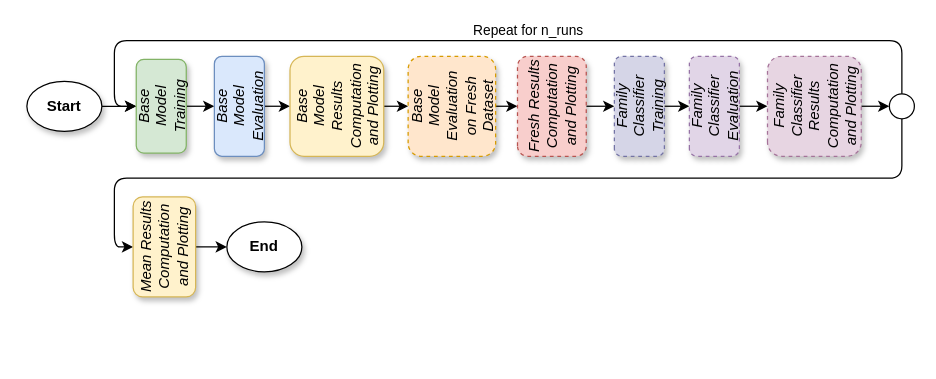
Above: page "workflow" (1 of 17) of Thesis/images/workflow.drawio in cmikke97/Thesis (draw.io), before the change. Source tidied: cells renumbered, new cells numbered last; positions are measured from the earlier drawing's top-left corner, leaving out a move shared by most shapes. Both pictures are drawn from the tidied source at 125%, with x=0, y=0 at pixel (26, 40).
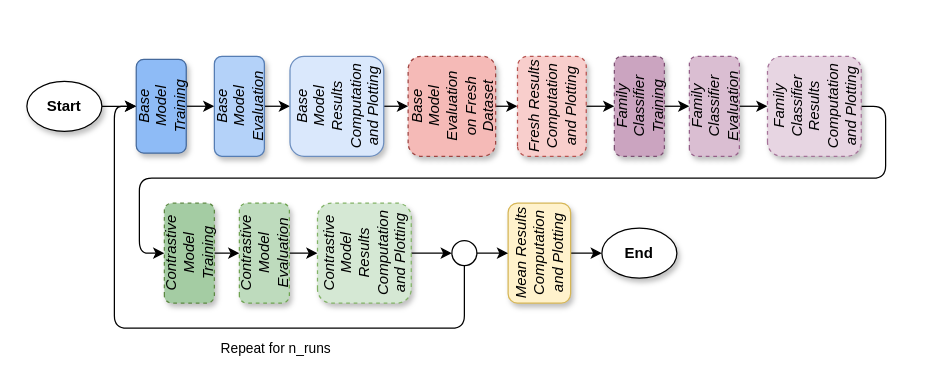
After the change.

Unchanged cells that the change refers to:
```xml
<mxCell id="26" value="Family&lt;br&gt;Classifier&lt;br&gt;Results&lt;br&gt;Computation&lt;br&gt;and Plotting" style="rounded=1;whiteSpace=wrap;html=1;shadow=1;sketch=0;fontStyle=2;fillColor=#e7d5e2;strokeColor=#a57399;dashed=1;rotation=-90;" parent="1" vertex="1">
  <mxGeometry x="590" y="15" width="80" height="75" as="geometry" />
</mxCell>
```

Change to the diagram source:
```diff
@@
-    <mxCell id="4" style="edgeStyle=orthogonalEdgeStyle;rounded=1;jettySize=auto;html=1;exitX=0.5;exitY=1;exitDx=0;exitDy=0;entryX=0.5;entryY=0;entryDx=0;entryDy=0;" parent="1" edge="1" source="5" target="20">
-      <mxGeometry relative="1" as="geometry">
-        <Array as="points">
-          <mxPoint x="700" y="110" />
-          <mxPoint x="70" y="110" />
-          <mxPoint x="70" y="165" />
-        </Array>
-      </mxGeometry>
-    </mxCell>
-    <mxCell id="5" style="ellipse;whiteSpace=wrap;html=1;labelPosition=right;verticalLabelPosition=middle;align=left;verticalAlign=middle;" parent="1" vertex="1">
-      <mxGeometry x="690" y="42.5" width="20" height="20" as="geometry" />
-    </mxCell>
-    <mxCell id="6" style="endArrow=classic;html=1;rounded=1;edgeStyle=orthogonalEdgeStyle;labelPosition=center;verticalLabelPosition=top;align=center;verticalAlign=bottom;entryX=0.5;entryY=0;entryDx=0;entryDy=0;exitX=0.5;exitY=0;exitDx=0;exitDy=0;" parent="1" edge="1" source="5" target="10">
-      <mxGeometry relative="1" as="geometry">
-        <Array as="points">
-          <mxPoint x="700" />
-          <mxPoint x="70" />
-          <mxPoint x="70" y="52" />
-        </Array>
-      </mxGeometry>
-    </mxCell>
-    <mxCell id="7" value="Repeat for n_runs" style="edgeLabel;html=1;align=center;verticalAlign=bottom;labelBackgroundColor=none;labelPosition=center;verticalLabelPosition=top;" parent="6" vertex="1">
-      <mxGeometry x="-0.08" y="1" relative="1" as="geometry">
-        <mxPoint y="-1" as="offset" />
-      </mxGeometry>
-    </mxCell>
     <mxCell id="8" value="End" style="ellipse;whiteSpace=wrap;html=1;shadow=1;fontStyle=1;" parent="1" vertex="1">
-      <mxGeometry x="160" y="145" width="60" height="40" as="geometry" />
+      <mxGeometry x="460" y="150" width="60" height="40" as="geometry" />
     </mxCell>
@@
-    <mxCell id="10" value="Base&lt;br&gt;Model&lt;br&gt;Training" style="rounded=1;whiteSpace=wrap;html=1;shadow=1;sketch=0;fillColor=#d5e8d4;strokeColor=#82b366;fontStyle=2;rotation=-90;" parent="1" vertex="1">
+    <mxCell id="10" value="Base&lt;br&gt;Model&lt;br&gt;Training" style="rounded=1;whiteSpace=wrap;html=1;shadow=1;sketch=0;fontStyle=2;rotation=-90;fillColor=#8EBBF6;strokeColor=#44699C;" parent="1" vertex="1">
       <mxGeometry x="70" y="32.5" width="75" height="40" as="geometry" />
     </mxCell>
@@
-    <mxCell id="12" value="Base&lt;br&gt;Model&lt;br&gt;Evaluation" style="rounded=1;whiteSpace=wrap;html=1;shadow=1;sketch=0;fillColor=#dae8fc;strokeColor=#6c8ebf;fontStyle=2;rotation=-90;" parent="1" vertex="1">
+    <mxCell id="12" value="Base&lt;br&gt;Model&lt;br&gt;Evaluation" style="rounded=1;whiteSpace=wrap;html=1;shadow=1;sketch=0;fontStyle=2;rotation=-90;fillColor=#B4D2F9;strokeColor=#557DB4;" parent="1" vertex="1">
       <mxGeometry x="130" y="32.5" width="80" height="40" as="geometry" />
     </mxCell>
@@
-    <mxCell id="14" value="Base&lt;br&gt;Model&lt;br&gt;Results&lt;br&gt;Computation&lt;br&gt;and Plotting" style="rounded=1;whiteSpace=wrap;html=1;shadow=1;sketch=0;fillColor=#fff2cc;strokeColor=#d6b656;fontStyle=2;rotation=-90;" parent="1" vertex="1">
+    <mxCell id="14" value="Base&lt;br&gt;Model&lt;br&gt;Results&lt;br&gt;Computation&lt;br&gt;and Plotting" style="rounded=1;whiteSpace=wrap;html=1;shadow=1;sketch=0;fontStyle=2;rotation=-90;strokeColor=#6C8EBF;fillColor=#DAE8FC;" parent="1" vertex="1">
       <mxGeometry x="208" y="15" width="80" height="75" as="geometry" />
     </mxCell>
@@
-    <mxCell id="16" value="Base&lt;br&gt;Model&lt;br&gt;Evaluation&lt;br&gt;on Fresh&lt;br&gt;Dataset" style="rounded=1;whiteSpace=wrap;html=1;shadow=1;sketch=0;fillColor=#ffe6cc;strokeColor=#d79b00;fontStyle=2;dashed=1;rotation=-90;" parent="1" vertex="1">
+    <mxCell id="16" value="Base&lt;br&gt;Model&lt;br&gt;Evaluation&lt;br&gt;on Fresh&lt;br&gt;Dataset" style="rounded=1;whiteSpace=wrap;html=1;shadow=1;sketch=0;fontStyle=2;dashed=1;rotation=-90;fillColor=#F5BAB7;strokeColor=#9F4441;" parent="1" vertex="1">
       <mxGeometry x="300" y="17.5" width="80" height="70" as="geometry" />
     </mxCell>
@@
     <mxCell id="20" value="Mean Results&lt;br&gt;Computation&lt;br&gt;and Plotting" style="rounded=1;whiteSpace=wrap;html=1;shadow=1;sketch=0;fillColor=#fff2cc;strokeColor=#d6b656;fontStyle=2;rotation=-90;" parent="1" vertex="1">
-      <mxGeometry x="70" y="140" width="80" height="50" as="geometry" />
+      <mxGeometry x="370" y="145" width="80" height="50" as="geometry" />
     </mxCell>
@@
-    <mxCell id="22" value="Family&lt;br&gt;Classifier&lt;br&gt;Training" style="rounded=1;whiteSpace=wrap;html=1;shadow=1;sketch=0;fontStyle=2;fillColor=#d5d5e7;strokeColor=#7373a5;dashed=1;rotation=-90;" parent="1" vertex="1">
+    <mxCell id="22" value="Family&lt;br&gt;Classifier&lt;br&gt;Training" style="rounded=1;whiteSpace=wrap;html=1;shadow=1;sketch=0;fontStyle=2;dashed=1;rotation=-90;fillColor=#CBA4C0;strokeColor=#7C5073;" parent="1" vertex="1">
       <mxGeometry x="450" y="32.5" width="80" height="40" as="geometry" />
     </mxCell>
@@
-    <mxCell id="24" value="Family&lt;br&gt;Classifier&lt;br&gt;Evaluation" style="rounded=1;whiteSpace=wrap;html=1;shadow=1;sketch=0;fillColor=#e1d5e7;strokeColor=#9673a6;fontStyle=2;dashed=1;rotation=-90;" parent="1" vertex="1">
+    <mxCell id="24" value="Family&lt;br&gt;Classifier&lt;br&gt;Evaluation" style="rounded=1;whiteSpace=wrap;html=1;shadow=1;sketch=0;fontStyle=2;dashed=1;rotation=-90;fillColor=#DABED2;strokeColor=#955F89;" parent="1" vertex="1">
       <mxGeometry x="510" y="32.5" width="80" height="40" as="geometry" />
     </mxCell>
-    <mxCell id="25" style="edgeStyle=orthogonalEdgeStyle;rounded=1;jettySize=auto;html=1;exitX=0.5;exitY=1;exitDx=0;exitDy=0;entryX=0;entryY=0.5;entryDx=0;entryDy=0;" parent="1" edge="1" source="26" target="5">
-      <mxGeometry relative="1" as="geometry" />
+    <mxCell id="25" style="edgeStyle=orthogonalEdgeStyle;rounded=1;jettySize=auto;html=1;exitX=0.5;exitY=1;exitDx=0;exitDy=0;entryX=0.5;entryY=0;entryDx=0;entryDy=0;" parent="1" edge="1" source="26" target="28">
+      <mxGeometry relative="1" as="geometry">
+        <Array as="points">
+          <mxPoint x="687" y="52" />
+          <mxPoint x="687" y="110" />
+          <mxPoint x="90" y="110" />
+          <mxPoint x="90" y="170" />
+        </Array>
+      </mxGeometry>
     </mxCell>
@@
+    <mxCell id="27" style="edgeStyle=orthogonalEdgeStyle;rounded=0;jettySize=auto;html=1;exitX=0.5;exitY=1;exitDx=0;exitDy=0;entryX=0.5;entryY=0;entryDx=0;entryDy=0;" parent="1" edge="1" source="28" target="30">
+      <mxGeometry relative="1" as="geometry" />
+    </mxCell>
+    <mxCell id="28" value="Contrastive&lt;br&gt;Model&lt;br&gt;Training" style="rounded=1;whiteSpace=wrap;html=1;shadow=1;sketch=0;fontStyle=2;dashed=1;rotation=-90;fillColor=#A4CCA3;strokeColor=#5D8943;" parent="1" vertex="1">
+      <mxGeometry x="90" y="150" width="80" height="40" as="geometry" />
+    </mxCell>
+    <mxCell id="29" style="edgeStyle=orthogonalEdgeStyle;rounded=0;jettySize=auto;html=1;exitX=0.5;exitY=1;exitDx=0;exitDy=0;entryX=0.5;entryY=0;entryDx=0;entryDy=0;" parent="1" edge="1" source="30" target="32">
+      <mxGeometry relative="1" as="geometry" />
+    </mxCell>
+    <mxCell id="30" value="Contrastive&lt;br&gt;Model&lt;br&gt;Evaluation" style="rounded=1;whiteSpace=wrap;html=1;shadow=1;sketch=0;fontStyle=2;dashed=1;rotation=-90;fillColor=#BEDBBD;strokeColor=#6FA451;" parent="1" vertex="1">
+      <mxGeometry x="150" y="150" width="80" height="40" as="geometry" />
+    </mxCell>
+    <mxCell id="31" style="edgeStyle=orthogonalEdgeStyle;rounded=0;jettySize=auto;html=1;exitX=0.5;exitY=1;exitDx=0;exitDy=0;entryX=0;entryY=0.5;entryDx=0;entryDy=0;" parent="1" edge="1" source="32" target="35">
+      <mxGeometry relative="1" as="geometry" />
+    </mxCell>
+    <mxCell id="32" value="Contrastive&lt;br&gt;Model&lt;br&gt;Results&lt;br&gt;Computation&lt;br&gt;and Plotting" style="rounded=1;whiteSpace=wrap;html=1;shadow=1;sketch=0;fontStyle=2;fillColor=#d5e8d4;strokeColor=#82b366;dashed=1;rotation=-90;" parent="1" vertex="1">
+      <mxGeometry x="230" y="132.5" width="80" height="75" as="geometry" />
+    </mxCell>
+    <mxCell id="33" style="edgeStyle=orthogonalEdgeStyle;rounded=0;jettySize=auto;html=1;exitX=1;exitY=0.5;exitDx=0;exitDy=0;entryX=0.5;entryY=0;entryDx=0;entryDy=0;" parent="1" edge="1" source="35" target="20">
+      <mxGeometry relative="1" as="geometry" />
+    </mxCell>
+    <mxCell id="34" style="edgeStyle=orthogonalEdgeStyle;rounded=1;jettySize=auto;html=1;exitX=0.5;exitY=1;exitDx=0;exitDy=0;entryX=0.5;entryY=0;entryDx=0;entryDy=0;" parent="1" edge="1" source="35" target="10">
+      <mxGeometry relative="1" as="geometry">
+        <Array as="points">
+          <mxPoint x="350" y="230" />
+          <mxPoint x="70" y="230" />
+          <mxPoint x="70" y="52" />
+        </Array>
+      </mxGeometry>
+    </mxCell>
+    <mxCell id="7" value="Repeat for n_runs" style="edgeLabel;html=1;align=center;verticalAlign=top;labelPosition=center;verticalLabelPosition=bottom;labelBackgroundColor=none;" parent="34" vertex="1">
+      <mxGeometry x="-0.23" y="3" relative="1" as="geometry" />
+    </mxCell>
+    <mxCell id="35" style="ellipse;whiteSpace=wrap;html=1;" parent="1" vertex="1">
+      <mxGeometry x="340" y="160" width="20" height="20" as="geometry" />
+    </mxCell>
```
